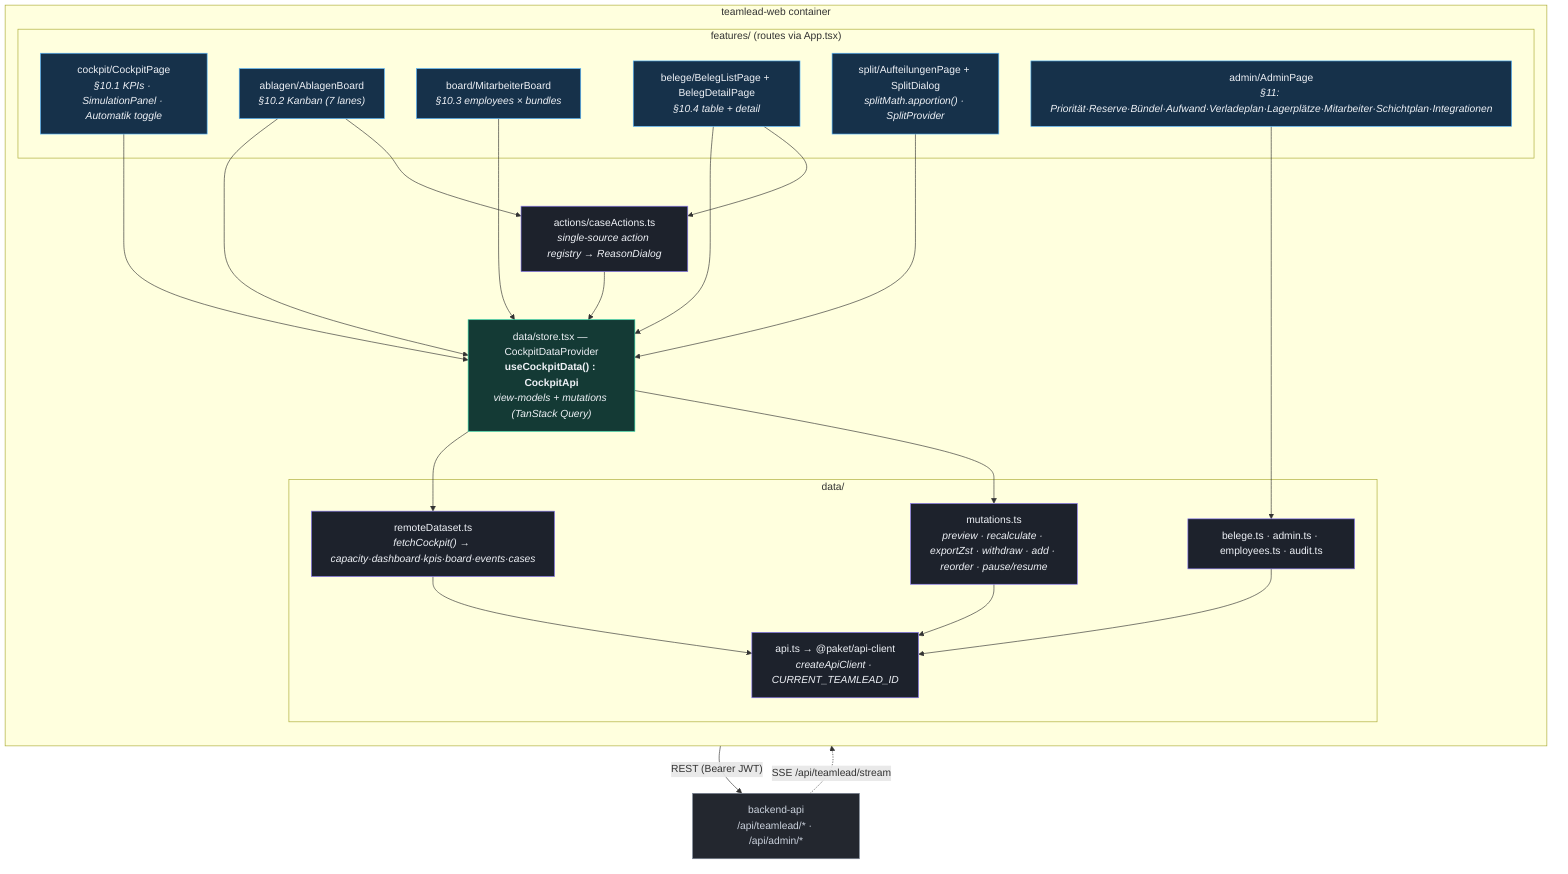
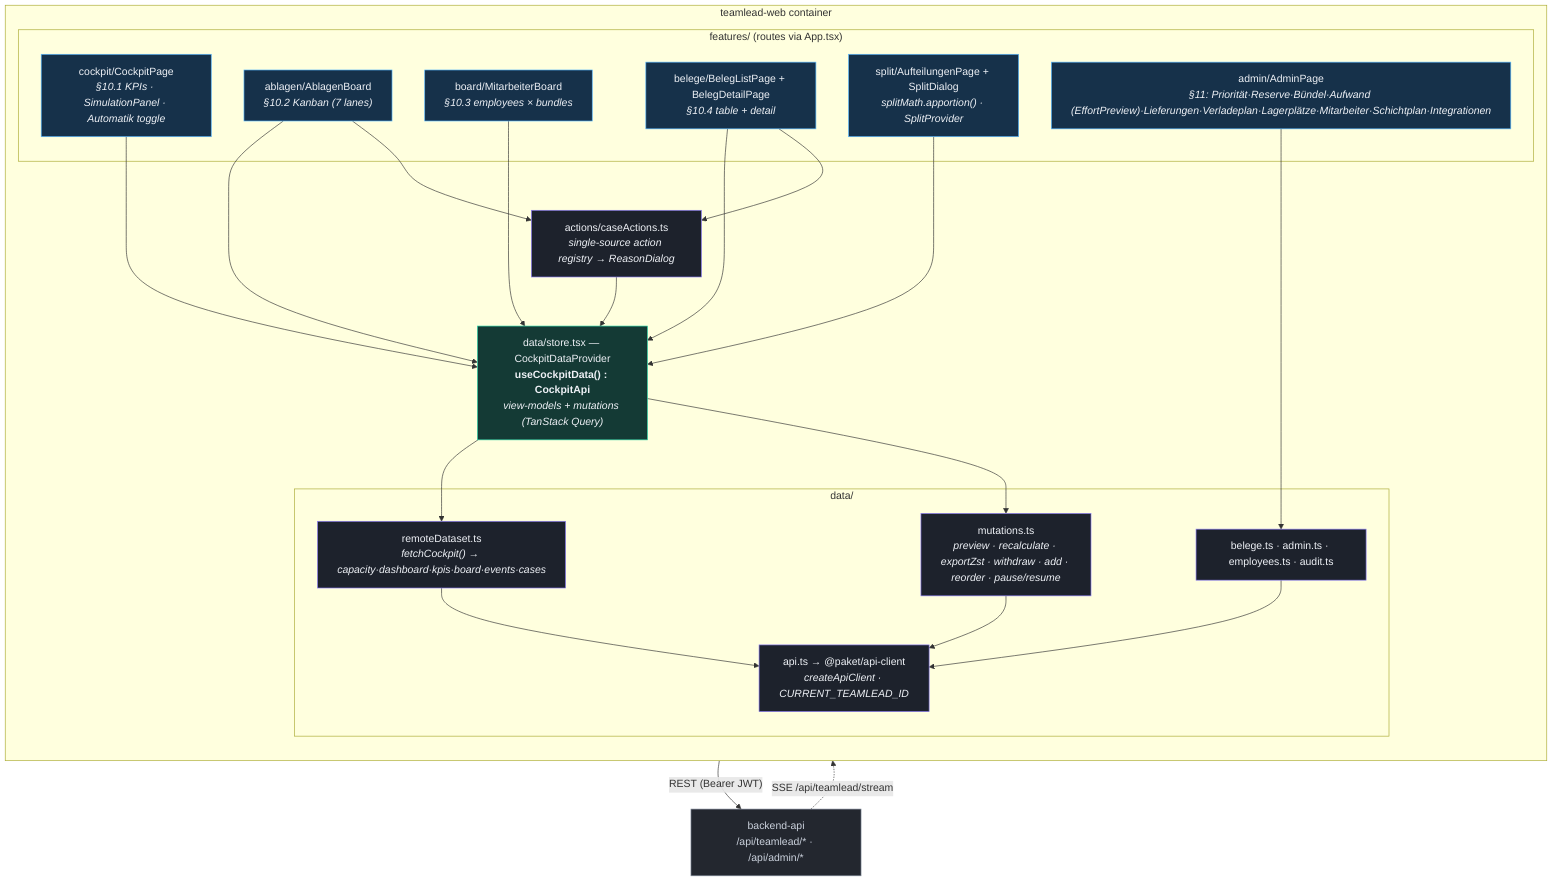
%% C4 Level 3 — Components: teamlead-web (React + Vite + MUI, TanStack Query)
%% Verified against apps/teamlead-web/src/* (features/, data/, actions/, components/).
flowchart TB
    classDef feat fill:#16314a,stroke:#56b6ff,color:#eef1f6;
    classDef store fill:#143a35,stroke:#2dd4a7,color:#eef1f6;
    classDef logic fill:#1d222c,stroke:#8b7cf6,color:#eef1f6;
    classDef ext fill:#23272f,stroke:#7c8696,color:#cbd2dd;

    api["backend-api<br/>/api/teamlead/* · /api/admin/*"]:::ext

    subgraph web["teamlead-web container"]
        direction TB
        subgraph features["features/ (routes via App.tsx)"]
            cockpit["cockpit/CockpitPage<br/><i>§10.1 KPIs · SimulationPanel · Automatik toggle</i>"]:::feat
            ablagen["ablagen/AblagenBoard<br/><i>§10.2 Kanban (7 lanes)</i>"]:::feat
            board["board/MitarbeiterBoard<br/><i>§10.3 employees × bundles</i>"]:::feat
            belege["belege/BelegListPage + BelegDetailPage<br/><i>§10.4 table + detail</i>"]:::feat
            split["split/AufteilungenPage + SplitDialog<br/><i>splitMath.apportion() · SplitProvider</i>"]:::feat
-             admin["admin/AdminPage<br/><i>§11: Priorität·Reserve·Bündel·Aufwand·Verladeplan·Lagerplätze·Mitarbeiter·Schichtplan·Integrationen</i>"]:::feat
+             admin["admin/AdminPage<br/><i>§11: Priorität·Reserve·Bündel·Aufwand (EffortPreview)·Lieferungen·Verladeplan·Lagerplätze·Mitarbeiter·Schichtplan·Integrationen</i>"]:::feat
        end
        store["data/store.tsx — CockpitDataProvider<br/><b>useCockpitData() : CockpitApi</b><br/><i>view-models + mutations (TanStack Query)</i>"]:::store
        subgraph datal["data/"]
            remote["remoteDataset.ts<br/><i>fetchCockpit() → capacity·dashboard·kpis·board·events·cases</i>"]:::logic
            belegeData["belege.ts · admin.ts · employees.ts · audit.ts"]:::logic
            mutations["mutations.ts<br/><i>preview · recalculate · exportZst · withdraw · add · reorder · pause/resume</i>"]:::logic
            apiClient["api.ts → @paket/api-client<br/><i>createApiClient · CURRENT_TEAMLEAD_ID</i>"]:::logic
        end
        actions["actions/caseActions.ts<br/><i>single-source action registry → ReasonDialog</i>"]:::logic
    end

    cockpit --> store
    ablagen --> store
    board --> store
    belege --> store
    split --> store
    admin --> belegeData
    ablagen --> actions
    belege --> actions
    actions --> store
    store --> remote
    store --> mutations
    remote --> apiClient
    mutations --> apiClient
    belegeData --> apiClient
    apiClient -->|"REST (Bearer JWT)"| api
    api -. "SSE /api/teamlead/stream" .-> store
